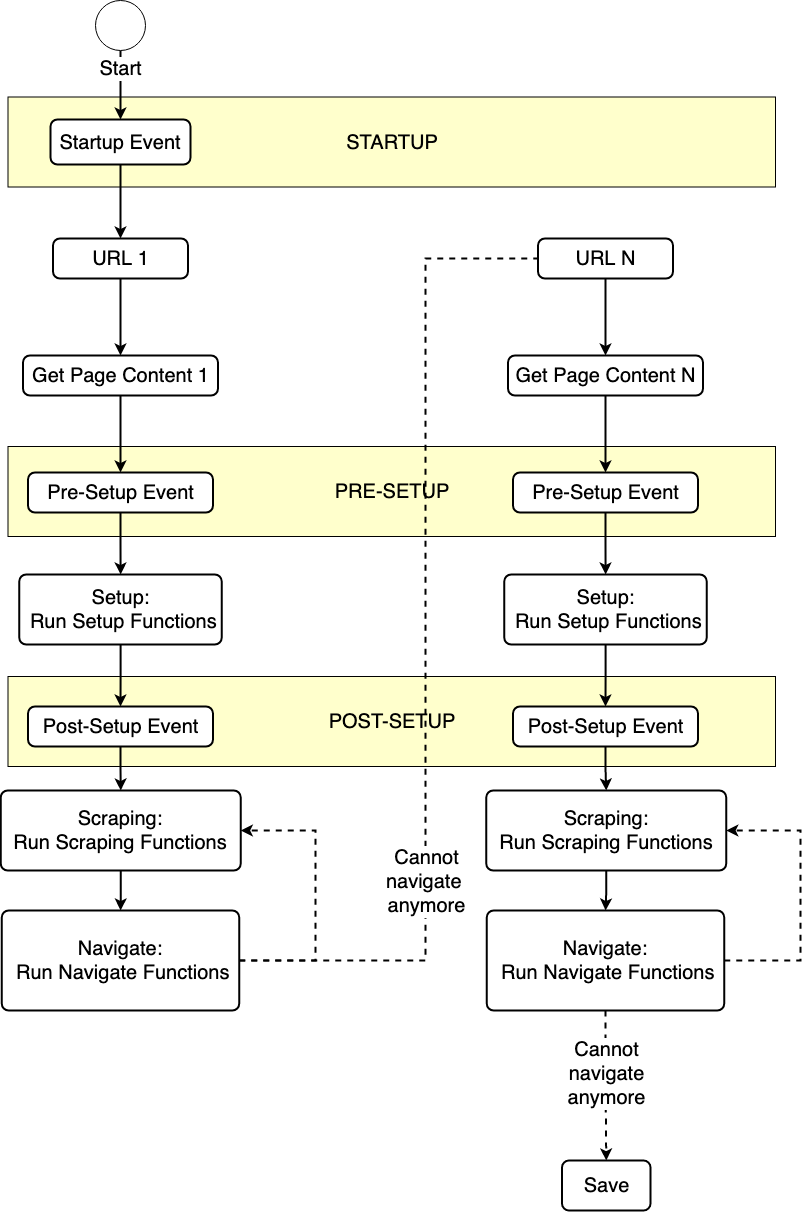
Earlier version of the draw.io export docs/diagrams/events.png (ProAlgoDev/dude). Source tidied: cells renumbered, new cells last; positions are measured from the earlier drawing's top-left corner, leaving out a move shared by most shapes.
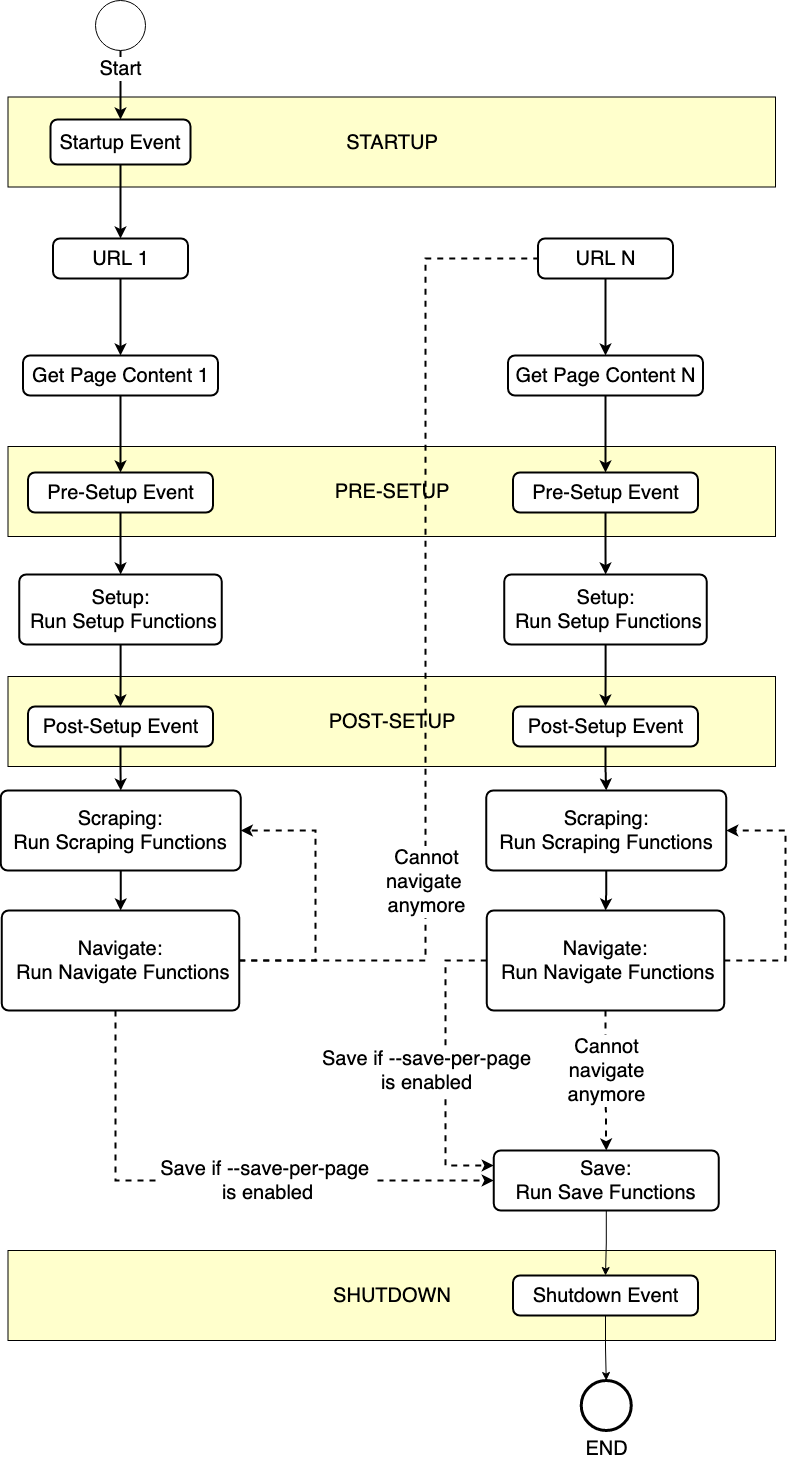
Above is the later version.

The edit, as a diff of the source:
```diff
@@ -2,6 +2,9 @@
   <root>
     <mxCell id="0" />
     <mxCell id="1" parent="0" />
+    <mxCell id="42" value="SHUTDOWN" style="rounded=0;whiteSpace=wrap;html=1;fontSize=20;fillColor=#FFFFCC;" parent="1" vertex="1">
+      <mxGeometry x="7.5" y="1250" width="767.5" height="90" as="geometry" />
+    </mxCell>
     <mxCell id="2" value="POST-SETUP" style="rounded=0;whiteSpace=wrap;html=1;fontSize=20;fillColor=#FFFFCC;" parent="1" vertex="1">
       <mxGeometry x="7.5" y="676" width="767.5" height="90" as="geometry" />
     </mxCell>
@@ -75,11 +78,24 @@
         </Array>
       </mxGeometry>
     </mxCell>
+    <mxCell id="43" style="edgeStyle=orthogonalEdgeStyle;rounded=0;jettySize=auto;html=1;entryX=0;entryY=0.5;entryDx=0;entryDy=0;fontSize=20;dashed=1;strokeWidth=2;" parent="1" edge="1" source="22" target="23">
+      <mxGeometry relative="1" as="geometry">
+        <Array as="points">
+          <mxPoint x="115" y="1180" />
+        </Array>
+      </mxGeometry>
+    </mxCell>
+    <mxCell id="44" value="Save if --save-per-page &lt;br&gt;is enabled" style="edgeLabel;html=1;align=center;verticalAlign=middle;fontSize=20;" parent="43" vertex="1">
+      <mxGeometry x="0.17" y="1" relative="1" as="geometry" />
+    </mxCell>
     <mxCell id="22" value="&lt;span style=&quot;font-size: 20px&quot;&gt;Navigate:&lt;br style=&quot;font-size: 20px&quot;&gt;&amp;nbsp;Run Navigate Functions&lt;/span&gt;" style="rounded=1;whiteSpace=wrap;html=1;absoluteArcSize=1;arcSize=14;strokeWidth=2;fontSize=20;" parent="1" vertex="1">
       <mxGeometry x="1.2" y="910" width="237.5" height="100" as="geometry" />
     </mxCell>
+    <mxCell id="45" style="edgeStyle=orthogonalEdgeStyle;rounded=0;jettySize=auto;html=1;entryX=0.5;entryY=0;entryDx=0;entryDy=0;" parent="1" edge="1" source="23" target="49">
+      <mxGeometry relative="1" as="geometry" />
+    </mxCell>
-    <mxCell id="23" value="Save" style="rounded=1;whiteSpace=wrap;html=1;absoluteArcSize=1;arcSize=14;strokeWidth=2;fontSize=20;" parent="1" vertex="1">
-      <mxGeometry x="561.5" y="1160" width="88.5" height="50" as="geometry" />
+    <mxCell id="23" value="Save:&lt;br&gt;Run Save Functions" style="rounded=1;whiteSpace=wrap;html=1;absoluteArcSize=1;arcSize=14;strokeWidth=2;fontSize=20;" parent="1" vertex="1">
+      <mxGeometry x="493.2" y="1150" width="225" height="60" as="geometry" />
     </mxCell>
     <mxCell id="24" style="edgeStyle=orthogonalEdgeStyle;rounded=0;jettySize=auto;html=1;shadow=0;fontSize=20;strokeColor=#000000;strokeWidth=2;" parent="1" edge="1" source="25" target="22">
       <mxGeometry relative="1" as="geometry" />
@@ -120,8 +136,8 @@
     <mxCell id="36" style="edgeStyle=orthogonalEdgeStyle;rounded=0;jettySize=auto;html=1;entryX=1;entryY=0.5;entryDx=0;entryDy=0;shadow=0;fontSize=20;strokeColor=#000000;strokeWidth=2;dashed=1;" parent="1" edge="1" source="39" target="41">
       <mxGeometry relative="1" as="geometry">
         <Array as="points">
-          <mxPoint x="800" y="960" />
-          <mxPoint x="800" y="830" />
+          <mxPoint x="785" y="960" />
+          <mxPoint x="785" y="830" />
         </Array>
       </mxGeometry>
     </mxCell>
@@ -133,6 +149,19 @@
         <mxPoint x="0.9" y="16" as="offset" />
       </mxGeometry>
     </mxCell>
+    <mxCell id="46" style="edgeStyle=orthogonalEdgeStyle;rounded=0;jettySize=auto;html=1;entryX=0;entryY=0.25;entryDx=0;entryDy=0;dashed=1;fontSize=20;strokeWidth=2;" parent="1" edge="1" source="39" target="23">
+      <mxGeometry relative="1" as="geometry">
+        <Array as="points">
+          <mxPoint x="445" y="960" />
+          <mxPoint x="445" y="1165" />
+        </Array>
+      </mxGeometry>
+    </mxCell>
+    <mxCell id="47" value="Save if --save-per-page&lt;br&gt;is enabled" style="edgeLabel;html=1;align=center;verticalAlign=middle;fontSize=20;" parent="46" vertex="1">
+      <mxGeometry x="-0.12" y="4" relative="1" as="geometry">
+        <mxPoint x="-24" y="21" as="offset" />
+      </mxGeometry>
+    </mxCell>
     <mxCell id="39" value="&lt;span style=&quot;font-size: 20px&quot;&gt;Navigate:&lt;br style=&quot;font-size: 20px&quot;&gt;&amp;nbsp;Run Navigate Functions&lt;/span&gt;" style="rounded=1;whiteSpace=wrap;html=1;absoluteArcSize=1;arcSize=14;strokeWidth=2;fontSize=20;" parent="1" vertex="1">
       <mxGeometry x="486.2" y="910" width="237.5" height="100" as="geometry" />
     </mxCell>
@@ -142,5 +171,14 @@
     <mxCell id="41" value="&lt;font style=&quot;font-size: 20px&quot;&gt;Scraping:&lt;br&gt;Run Scraping Functions&lt;br&gt;&lt;/font&gt;" style="rounded=1;whiteSpace=wrap;html=1;absoluteArcSize=1;arcSize=14;strokeWidth=2;fontSize=20;" parent="1" vertex="1">
       <mxGeometry x="485.8" y="790" width="240" height="80" as="geometry" />
     </mxCell>
+    <mxCell id="48" style="edgeStyle=orthogonalEdgeStyle;rounded=0;jettySize=auto;html=1;entryX=0.5;entryY=0;entryDx=0;entryDy=0;entryPerimeter=0;" parent="1" edge="1" source="49" target="50">
+      <mxGeometry relative="1" as="geometry" />
+    </mxCell>
+    <mxCell id="49" value="&lt;font style=&quot;font-size: 20px&quot;&gt;Shutdown Event&lt;/font&gt;" style="rounded=1;whiteSpace=wrap;html=1;absoluteArcSize=1;arcSize=14;strokeWidth=2;fontSize=20;" parent="1" vertex="1">
+      <mxGeometry x="512.5" y="1275" width="185" height="40" as="geometry" />
+    </mxCell>
+    <mxCell id="50" value="&lt;font style=&quot;font-size: 20px&quot;&gt;END&lt;/font&gt;" style="points=[[0.145,0.145,0],[0.5,0,0],[0.855,0.145,0],[1,0.5,0],[0.855,0.855,0],[0.5,1,0],[0.145,0.855,0],[0,0.5,0]];shape=mxgraph.bpmn.event;html=1;verticalLabelPosition=bottom;labelBackgroundColor=#ffffff;verticalAlign=top;align=center;perimeter=ellipsePerimeter;outlineConnect=0;outline=end;symbol=terminate2;" parent="1" vertex="1">
+      <mxGeometry x="580.8" y="1380" width="50" height="50" as="geometry" />
+    </mxCell>
   </root>
 </mxGraphModel>
```
